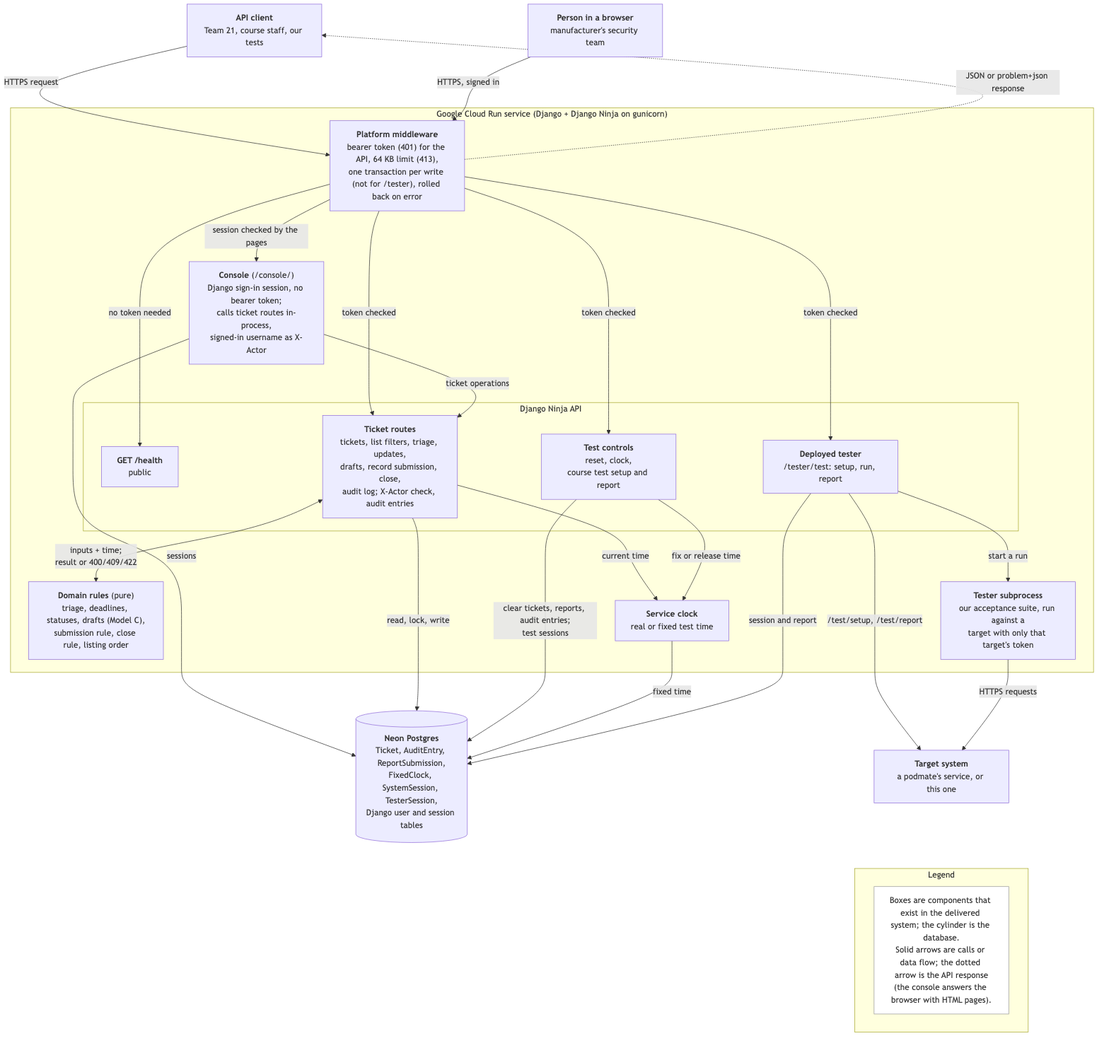
This is docs/models/architecture.png from team17-ece30861/cra-service, a Mermaid export, as it was before one commit. Its source is kept beside it as docs/models/architecture.mmd.
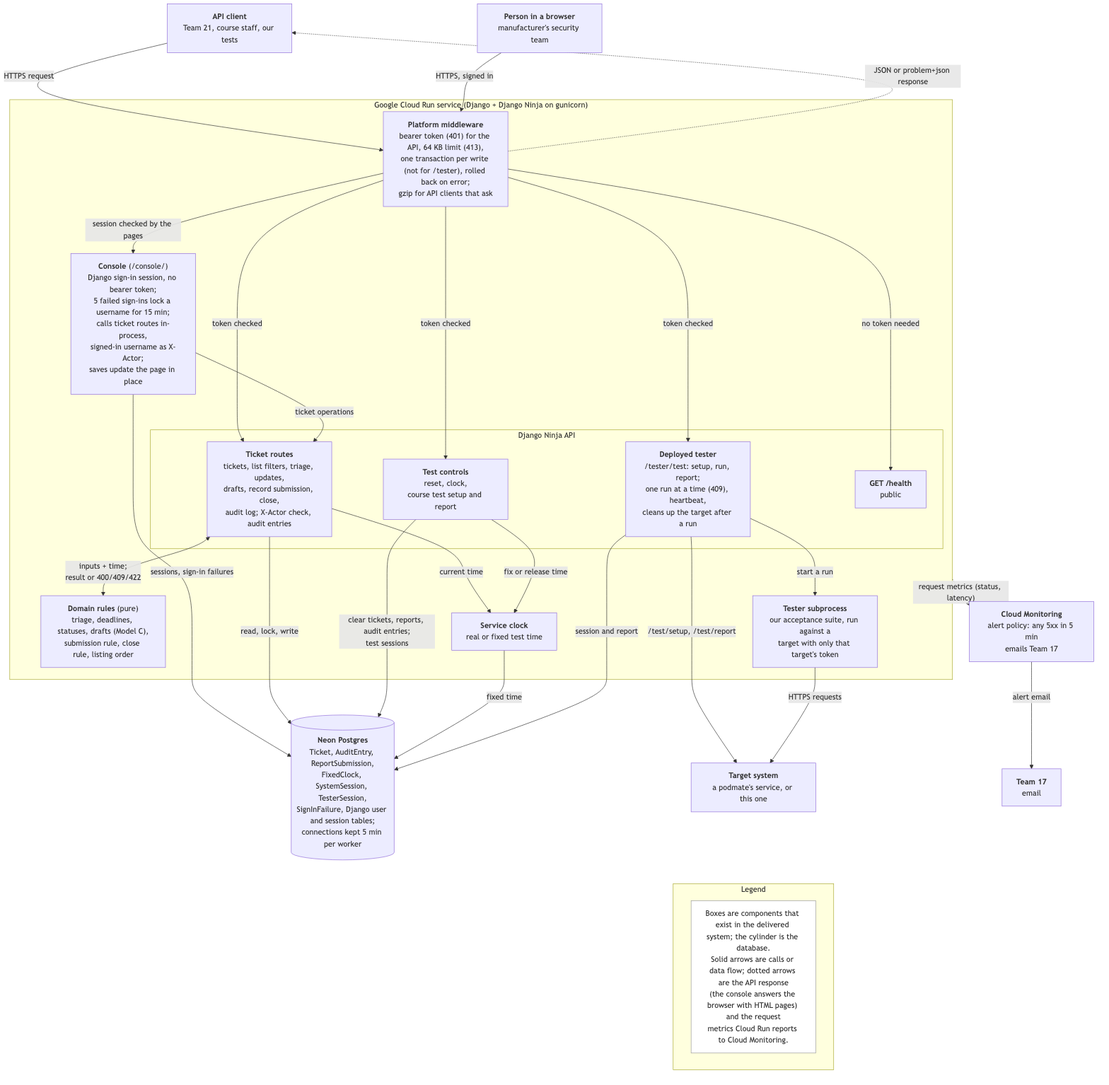
The same diagram one commit later.

Commit message:
Phase 5 models and limitations: architecture adds the lockout, gzip, tester run rules, kept connections and the 5xx alert; LIM-05 fixed; LIM-02 has the Orbit AC-18 numbers

Change to the diagram source:
```diff
@@ -3,21 +3,23 @@
   person["<b>Person in a browser</b><br/>manufacturer's security team"]
   subgraph run["Google Cloud Run service (Django + Django Ninja on gunicorn)"]
     direction TB
-    mw["<b>Platform middleware</b><br/>bearer token (401) for the API, 64 KB limit (413),<br/>one transaction per write (not for /tester), rolled back on error"]
-    console["<b>Console</b> (/console/)<br/>Django sign-in session, no bearer token;<br/>calls ticket routes in-process,<br/>signed-in username as X-Actor"]
+    mw["<b>Platform middleware</b><br/>bearer token (401) for the API, 64 KB limit (413),<br/>one transaction per write (not for /tester), rolled back on error;<br/>gzip for API clients that ask"]
+    console["<b>Console</b> (/console/)<br/>Django sign-in session, no bearer token;<br/>5 failed sign-ins lock a username for 15 min;<br/>calls ticket routes in-process,<br/>signed-in username as X-Actor;<br/>saves update the page in place"]
     subgraph api["Django Ninja API"]
       direction LR
       health["<b>GET /health</b><br/>public"]
       tickets["<b>Ticket routes</b><br/>tickets, list filters, triage, updates,<br/>drafts, record submission, close,<br/>audit log; X-Actor check, audit entries"]
       controls["<b>Test controls</b><br/>reset, clock,<br/>course test setup and report"]
-      testerapi["<b>Deployed tester</b><br/>/tester/test: setup, run, report"]
+      testerapi["<b>Deployed tester</b><br/>/tester/test: setup, run, report;<br/>one run at a time (409), heartbeat,<br/>cleans up the target after a run"]
     end
     domain["<b>Domain rules</b> (pure)<br/>triage, deadlines, statuses, drafts (Model C),<br/>submission rule, close rule, listing order"]
     clock["<b>Service clock</b><br/>real or fixed test time"]
     runner["<b>Tester subprocess</b><br/>our acceptance suite, run against a<br/>target with only that target's token"]
   end
-  db[("<b>Neon Postgres</b><br/>Ticket, AuditEntry, ReportSubmission,<br/>FixedClock, SystemSession, TesterSession,<br/>Django user and session tables")]
+  db[("<b>Neon Postgres</b><br/>Ticket, AuditEntry, ReportSubmission,<br/>FixedClock, SystemSession, TesterSession,<br/>SignInFailure, Django user and session tables;<br/>connections kept 5 min per worker")]
   target["<b>Target system</b><br/>a podmate's service, or this one"]
+  monitor["<b>Cloud Monitoring</b><br/>alert policy: any 5xx in 5 min<br/>emails Team 17"]
+  team["<b>Team 17</b><br/>email"]
   client -->|"HTTPS request"| mw
   person -->|"HTTPS, signed in"| mw
   mw -->|"no token needed"| health
@@ -26,7 +28,9 @@
   mw -->|"token checked"| testerapi
   mw -->|"session checked by the pages"| console
   console -->|"ticket operations"| tickets
-  console -->|"sessions"| db
+  console -->|"sessions, sign-in failures"| db
+  run -.->|"request metrics (status, latency)"| monitor
+  monitor -->|"alert email"| team
   tickets <-->|"inputs + time;<br/>result or 400/409/422"| domain
   tickets -->|"current time"| clock
   controls -->|"fix or release time"| clock
@@ -40,7 +44,7 @@
   mw -.->|"JSON or problem+json response"| client
   subgraph legend["Legend"]
     direction LR
-    l1["Boxes are components that exist in the delivered system; the cylinder is the database.<br/>Solid arrows are calls or data flow; the dotted arrow is the API response<br/>(the console answers the browser with HTML pages)."]
+    l1["Boxes are components that exist in the delivered system; the cylinder is the database.<br/>Solid arrows are calls or data flow; dotted arrows are the API response<br/>(the console answers the browser with HTML pages) and the request<br/>metrics Cloud Run reports to Cloud Monitoring."]
   end
   target ~~~ legend
   classDef note fill:#ffffff,stroke:#999,color:#333
```
